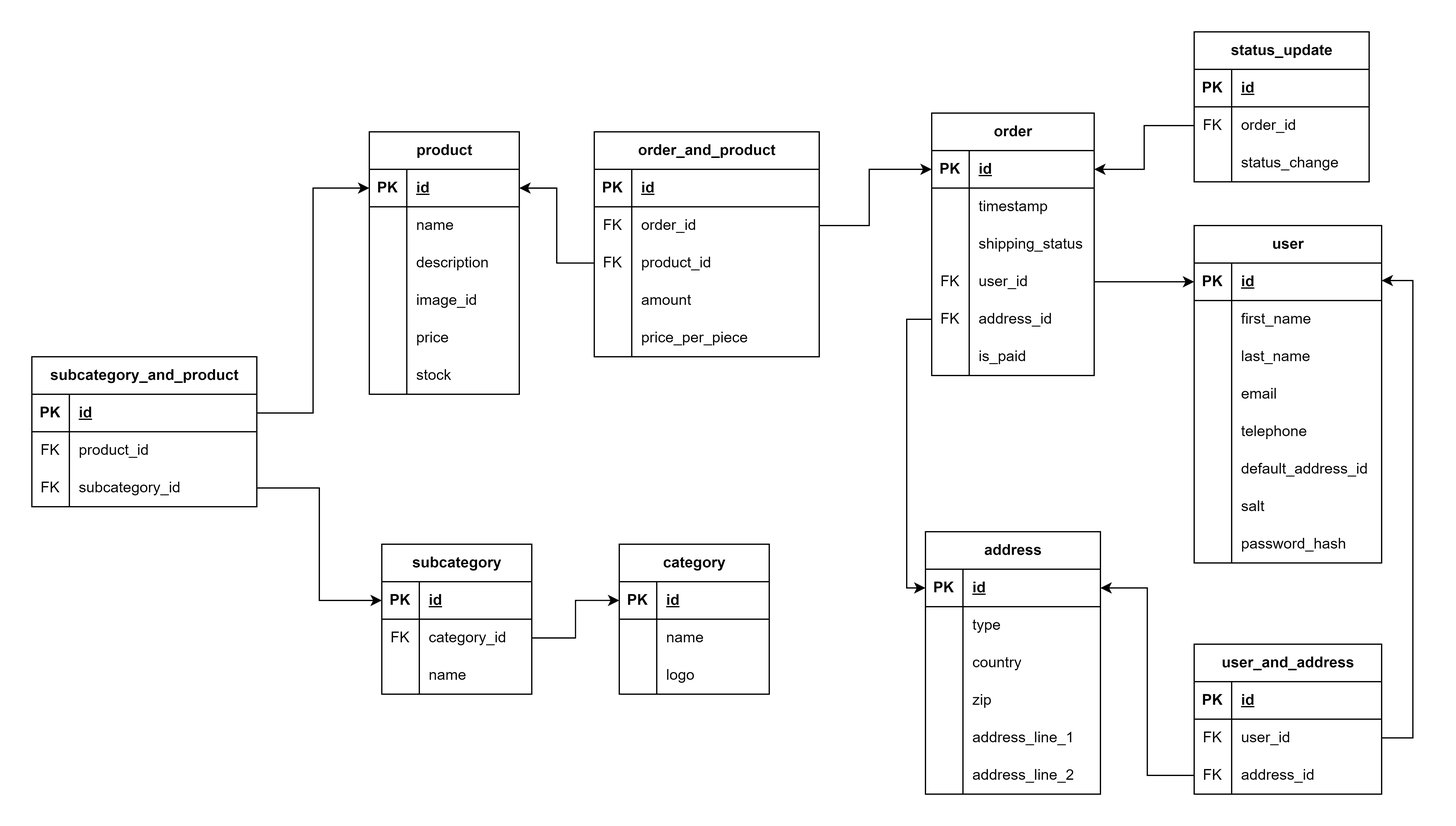
The draw.io diagram Documentation/Ecommerce ER.png in shekelboi/EcommerceDatabase, before a commit. Source tidied: cells renumbered, new cells last; positions are measured from the earlier drawing's top-left corner, leaving out a move shared by most shapes.
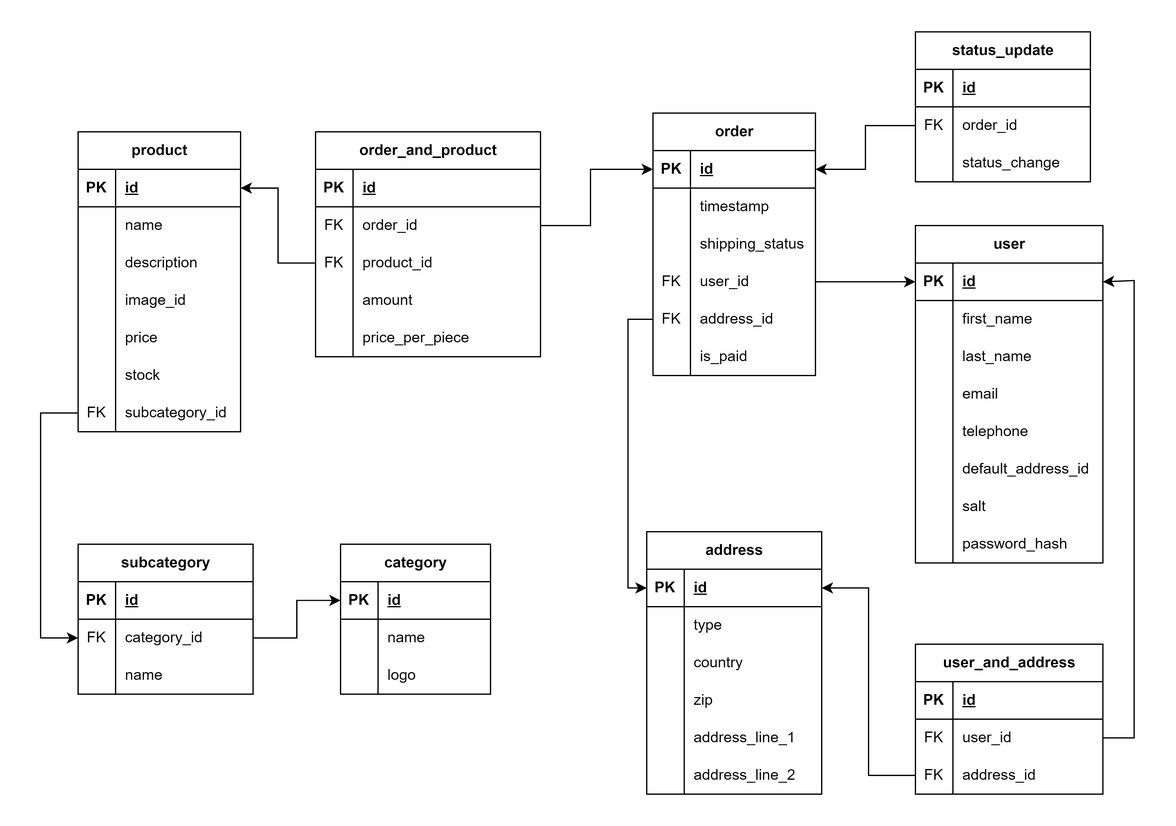
The same file after the commit.

Commit message:
Elminated the need for subcategory_and_product table

The edit, as a diff of the source:
```diff
@@ -3,34 +3,34 @@
     <mxCell id="0" />
     <mxCell id="1" parent="0" />
     <mxCell id="2" value="subcategory" style="shape=table;startSize=30;rowLines=0;fontStyle=1;align=center;html=1;" parent="1" vertex="1">
-      <mxGeometry x="280" y="410" width="120" height="120" as="geometry" />
+      <mxGeometry x="260" y="410" width="140" height="120" as="geometry" />
     </mxCell>
     <mxCell id="3" style="shape=tableRow;horizontal=0;startSize=0;swimlaneHead=0;swimlaneBody=0;fillColor=none;points=[[0,0.5],[1,0.5]];portConstraint=eastwest;top=0;left=0;right=0;bottom=1;" parent="2" vertex="1">
-      <mxGeometry y="30" width="120" height="30" as="geometry" />
+      <mxGeometry y="30" width="140" height="30" as="geometry" />
     </mxCell>
     <mxCell id="4" value="PK" style="shape=partialRectangle;fillColor=none;top=0;left=0;bottom=0;right=0;fontStyle=1;overflow=hidden;whiteSpace=wrap;html=1;" parent="3" vertex="1">
       <mxGeometry width="30" height="30" as="geometry" />
     </mxCell>
     <mxCell id="5" value="id" style="shape=partialRectangle;fillColor=none;top=0;left=0;bottom=0;right=0;align=left;spacingLeft=6;fontStyle=5;overflow=hidden;whiteSpace=wrap;html=1;" parent="3" vertex="1">
-      <mxGeometry x="30" width="90" height="30" as="geometry" />
+      <mxGeometry x="30" width="110" height="30" as="geometry" />
     </mxCell>
     <mxCell id="6" style="shape=tableRow;horizontal=0;startSize=0;swimlaneHead=0;swimlaneBody=0;fillColor=none;points=[[0,0.5],[1,0.5]];portConstraint=eastwest;top=0;left=0;right=0;bottom=0;" parent="2" vertex="1">
-      <mxGeometry y="60" width="120" height="30" as="geometry" />
+      <mxGeometry y="60" width="140" height="30" as="geometry" />
     </mxCell>
     <mxCell id="7" value="FK" style="shape=partialRectangle;fillColor=none;top=0;left=0;bottom=0;right=0;overflow=hidden;whiteSpace=wrap;html=1;" parent="6" vertex="1">
       <mxGeometry width="30" height="30" as="geometry" />
     </mxCell>
     <mxCell id="8" value="category_id" style="shape=partialRectangle;fillColor=none;top=0;left=0;bottom=0;right=0;align=left;spacingLeft=6;overflow=hidden;whiteSpace=wrap;html=1;" parent="6" vertex="1">
-      <mxGeometry x="30" width="90" height="30" as="geometry" />
+      <mxGeometry x="30" width="110" height="30" as="geometry" />
     </mxCell>
     <mxCell id="9" style="shape=tableRow;horizontal=0;startSize=0;swimlaneHead=0;swimlaneBody=0;fillColor=none;top=0;left=0;right=0;bottom=0;" parent="2" vertex="1">
-      <mxGeometry y="90" width="120" height="30" as="geometry" />
+      <mxGeometry y="90" width="140" height="30" as="geometry" />
     </mxCell>
     <mxCell id="10" style="shape=partialRectangle;fillColor=none;top=0;left=0;bottom=0;right=0;overflow=hidden;whiteSpace=wrap;html=1;" parent="9" vertex="1">
       <mxGeometry width="30" height="30" as="geometry" />
     </mxCell>
     <mxCell id="11" value="name" style="shape=partialRectangle;fillColor=none;top=0;left=0;bottom=0;right=0;align=left;spacingLeft=6;overflow=hidden;whiteSpace=wrap;html=1;" parent="9" vertex="1">
-      <mxGeometry x="30" width="90" height="30" as="geometry" />
+      <mxGeometry x="30" width="110" height="30" as="geometry" />
     </mxCell>
     <mxCell id="12" value="category" style="shape=table;startSize=30;rowLines=0;fontStyle=1;align=center;html=1;" parent="1" vertex="1">
       <mxGeometry x="470" y="410" width="120" height="120" as="geometry" />
@@ -65,99 +65,72 @@
     <mxCell id="22" style="edgeStyle=orthogonalEdgeStyle;rounded=0;jettySize=auto;html=1;entryX=0;entryY=0.5;entryDx=0;entryDy=0;" parent="1" edge="1" source="6" target="13">
       <mxGeometry relative="1" as="geometry" />
     </mxCell>
-    <mxCell id="23" value="subcategory_and_product" style="shape=table;startSize=30;rowLines=0;fontStyle=1;align=center;html=1;" parent="1" vertex="1">
-      <mxGeometry y="260" width="180" height="120" as="geometry" />
-    </mxCell>
-    <mxCell id="24" style="shape=tableRow;horizontal=0;startSize=0;swimlaneHead=0;swimlaneBody=0;fillColor=none;points=[[0,0.5],[1,0.5]];portConstraint=eastwest;top=0;left=0;right=0;bottom=1;" parent="23" vertex="1">
-      <mxGeometry y="30" width="180" height="30" as="geometry" />
-    </mxCell>
-    <mxCell id="25" value="PK" style="shape=partialRectangle;fillColor=none;top=0;left=0;bottom=0;right=0;fontStyle=1;overflow=hidden;whiteSpace=wrap;html=1;" parent="24" vertex="1">
-      <mxGeometry width="30" height="30" as="geometry" />
-    </mxCell>
-    <mxCell id="26" value="id" style="shape=partialRectangle;fillColor=none;top=0;left=0;bottom=0;right=0;align=left;spacingLeft=6;fontStyle=5;overflow=hidden;whiteSpace=wrap;html=1;" parent="24" vertex="1">
-      <mxGeometry x="30" width="150" height="30" as="geometry" />
-    </mxCell>
-    <mxCell id="27" style="shape=tableRow;horizontal=0;startSize=0;swimlaneHead=0;swimlaneBody=0;fillColor=none;top=0;left=0;right=0;bottom=0;" parent="23" vertex="1">
-      <mxGeometry y="60" width="180" height="30" as="geometry" />
-    </mxCell>
-    <mxCell id="28" value="FK" style="shape=partialRectangle;fillColor=none;top=0;left=0;bottom=0;right=0;overflow=hidden;whiteSpace=wrap;html=1;" parent="27" vertex="1">
-      <mxGeometry width="30" height="30" as="geometry" />
-    </mxCell>
-    <mxCell id="29" value="product_id" style="shape=partialRectangle;fillColor=none;top=0;left=0;bottom=0;right=0;align=left;spacingLeft=6;overflow=hidden;whiteSpace=wrap;html=1;" parent="27" vertex="1">
-      <mxGeometry x="30" width="150" height="30" as="geometry" />
-    </mxCell>
-    <mxCell id="30" style="shape=tableRow;horizontal=0;startSize=0;swimlaneHead=0;swimlaneBody=0;fillColor=none;points=[[0,0.5],[1,0.5]];portConstraint=eastwest;top=0;left=0;right=0;bottom=0;" parent="23" vertex="1">
-      <mxGeometry y="90" width="180" height="30" as="geometry" />
-    </mxCell>
-    <mxCell id="31" value="FK" style="shape=partialRectangle;fillColor=none;top=0;left=0;bottom=0;right=0;overflow=hidden;whiteSpace=wrap;html=1;" parent="30" vertex="1">
-      <mxGeometry width="30" height="30" as="geometry" />
-    </mxCell>
-    <mxCell id="32" value="subcategory_id" style="shape=partialRectangle;fillColor=none;top=0;left=0;bottom=0;right=0;align=left;spacingLeft=6;overflow=hidden;whiteSpace=wrap;html=1;" parent="30" vertex="1">
-      <mxGeometry x="30" width="150" height="30" as="geometry" />
-    </mxCell>
     <mxCell id="33" value="product" style="shape=table;startSize=30;rowLines=0;fontStyle=1;align=center;html=1;" parent="1" vertex="1">
-      <mxGeometry x="270" y="80" width="120" height="210" as="geometry" />
+      <mxGeometry x="260" y="80" width="130" height="240" as="geometry" />
     </mxCell>
     <mxCell id="34" style="shape=tableRow;horizontal=0;startSize=0;swimlaneHead=0;swimlaneBody=0;fillColor=none;points=[[0,0.5],[1,0.5]];portConstraint=eastwest;top=0;left=0;right=0;bottom=1;" parent="33" vertex="1">
-      <mxGeometry y="30" width="120" height="30" as="geometry" />
+      <mxGeometry y="30" width="130" height="30" as="geometry" />
     </mxCell>
     <mxCell id="35" value="PK" style="shape=partialRectangle;fillColor=none;top=0;left=0;bottom=0;right=0;fontStyle=1;overflow=hidden;whiteSpace=wrap;html=1;" parent="34" vertex="1">
       <mxGeometry width="30" height="30" as="geometry" />
     </mxCell>
     <mxCell id="36" value="id" style="shape=partialRectangle;fillColor=none;top=0;left=0;bottom=0;right=0;align=left;spacingLeft=6;fontStyle=5;overflow=hidden;whiteSpace=wrap;html=1;" parent="34" vertex="1">
-      <mxGeometry x="30" width="90" height="30" as="geometry" />
+      <mxGeometry x="30" width="100" height="30" as="geometry" />
     </mxCell>
     <mxCell id="37" style="shape=tableRow;horizontal=0;startSize=0;swimlaneHead=0;swimlaneBody=0;fillColor=none;top=0;left=0;right=0;bottom=0;" parent="33" vertex="1">
-      <mxGeometry y="60" width="120" height="30" as="geometry" />
+      <mxGeometry y="60" width="130" height="30" as="geometry" />
     </mxCell>
     <mxCell id="38" style="shape=partialRectangle;fillColor=none;top=0;left=0;bottom=0;right=0;overflow=hidden;whiteSpace=wrap;html=1;" parent="37" vertex="1">
       <mxGeometry width="30" height="30" as="geometry" />
     </mxCell>
     <mxCell id="39" value="name" style="shape=partialRectangle;fillColor=none;top=0;left=0;bottom=0;right=0;align=left;spacingLeft=6;overflow=hidden;whiteSpace=wrap;html=1;" parent="37" vertex="1">
-      <mxGeometry x="30" width="90" height="30" as="geometry" />
+      <mxGeometry x="30" width="100" height="30" as="geometry" />
     </mxCell>
     <mxCell id="40" style="shape=tableRow;horizontal=0;startSize=0;swimlaneHead=0;swimlaneBody=0;fillColor=none;top=0;left=0;right=0;bottom=0;" parent="33" vertex="1">
-      <mxGeometry y="90" width="120" height="30" as="geometry" />
+      <mxGeometry y="90" width="130" height="30" as="geometry" />
     </mxCell>
     <mxCell id="41" style="shape=partialRectangle;fillColor=none;top=0;left=0;bottom=0;right=0;overflow=hidden;whiteSpace=wrap;html=1;" parent="40" vertex="1">
       <mxGeometry width="30" height="30" as="geometry" />
     </mxCell>
     <mxCell id="42" value="description" style="shape=partialRectangle;fillColor=none;top=0;left=0;bottom=0;right=0;align=left;spacingLeft=6;overflow=hidden;whiteSpace=wrap;html=1;" parent="40" vertex="1">
-      <mxGeometry x="30" width="90" height="30" as="geometry" />
+      <mxGeometry x="30" width="100" height="30" as="geometry" />
     </mxCell>
     <mxCell id="43" style="shape=tableRow;horizontal=0;startSize=0;swimlaneHead=0;swimlaneBody=0;fillColor=none;top=0;left=0;right=0;bottom=0;" parent="33" vertex="1">
-      <mxGeometry y="120" width="120" height="30" as="geometry" />
+      <mxGeometry y="120" width="130" height="30" as="geometry" />
     </mxCell>
     <mxCell id="44" style="shape=partialRectangle;fillColor=none;top=0;left=0;bottom=0;right=0;overflow=hidden;whiteSpace=wrap;html=1;" parent="43" vertex="1">
       <mxGeometry width="30" height="30" as="geometry" />
     </mxCell>
     <mxCell id="45" value="image_id" style="shape=partialRectangle;fillColor=none;top=0;left=0;bottom=0;right=0;align=left;spacingLeft=6;overflow=hidden;whiteSpace=wrap;html=1;" parent="43" vertex="1">
-      <mxGeometry x="30" width="90" height="30" as="geometry" />
+      <mxGeometry x="30" width="100" height="30" as="geometry" />
     </mxCell>
     <mxCell id="46" style="shape=tableRow;horizontal=0;startSize=0;swimlaneHead=0;swimlaneBody=0;fillColor=none;top=0;left=0;right=0;bottom=0;" parent="33" vertex="1">
-      <mxGeometry y="150" width="120" height="30" as="geometry" />
+      <mxGeometry y="150" width="130" height="30" as="geometry" />
     </mxCell>
     <mxCell id="47" style="shape=partialRectangle;fillColor=none;top=0;left=0;bottom=0;right=0;overflow=hidden;whiteSpace=wrap;html=1;" parent="46" vertex="1">
       <mxGeometry width="30" height="30" as="geometry" />
     </mxCell>
     <mxCell id="48" value="price" style="shape=partialRectangle;fillColor=none;top=0;left=0;bottom=0;right=0;align=left;spacingLeft=6;overflow=hidden;whiteSpace=wrap;html=1;" parent="46" vertex="1">
-      <mxGeometry x="30" width="90" height="30" as="geometry" />
+      <mxGeometry x="30" width="100" height="30" as="geometry" />
     </mxCell>
     <mxCell id="49" style="shape=tableRow;horizontal=0;startSize=0;swimlaneHead=0;swimlaneBody=0;fillColor=none;top=0;left=0;right=0;bottom=0;" parent="33" vertex="1">
-      <mxGeometry y="180" width="120" height="30" as="geometry" />
+      <mxGeometry y="180" width="130" height="30" as="geometry" />
     </mxCell>
     <mxCell id="50" style="shape=partialRectangle;fillColor=none;top=0;left=0;bottom=0;right=0;overflow=hidden;whiteSpace=wrap;html=1;" parent="49" vertex="1">
       <mxGeometry width="30" height="30" as="geometry" />
     </mxCell>
     <mxCell id="51" value="stock" style="shape=partialRectangle;fillColor=none;top=0;left=0;bottom=0;right=0;align=left;spacingLeft=6;overflow=hidden;whiteSpace=wrap;html=1;" parent="49" vertex="1">
-      <mxGeometry x="30" width="90" height="30" as="geometry" />
+      <mxGeometry x="30" width="100" height="30" as="geometry" />
     </mxCell>
-    <mxCell id="52" style="edgeStyle=orthogonalEdgeStyle;rounded=0;jettySize=auto;html=1;" parent="1" edge="1" source="30" target="3">
-      <mxGeometry relative="1" as="geometry" />
-    </mxCell>
-    <mxCell id="53" style="edgeStyle=orthogonalEdgeStyle;rounded=0;jettySize=auto;html=1;" parent="1" edge="1" source="24" target="34">
-      <mxGeometry relative="1" as="geometry" />
-    </mxCell>
+    <mxCell id="160" style="shape=tableRow;horizontal=0;startSize=0;swimlaneHead=0;swimlaneBody=0;fillColor=none;points=[[0,0.5],[1,0.5]];portConstraint=eastwest;top=0;left=0;right=0;bottom=0;" parent="33" vertex="1">
+      <mxGeometry y="210" width="130" height="30" as="geometry" />
+    </mxCell>
+    <mxCell id="161" value="FK" style="shape=partialRectangle;fillColor=none;top=0;left=0;bottom=0;right=0;overflow=hidden;whiteSpace=wrap;html=1;" parent="160" vertex="1">
+      <mxGeometry width="30" height="30" as="geometry" />
+    </mxCell>
+    <mxCell id="32" value="subcategory_id" style="shape=partialRectangle;fillColor=none;top=0;left=0;bottom=0;right=0;align=left;spacingLeft=6;overflow=hidden;whiteSpace=wrap;html=1;" parent="160" vertex="1">
+      <mxGeometry x="30" width="100" height="30" as="geometry" />
+    </mxCell>
     <mxCell id="54" value="order" style="shape=table;startSize=30;rowLines=0;fontStyle=1;align=center;html=1;" parent="1" vertex="1">
       <mxGeometry x="720" y="65" width="130" height="210" as="geometry" />
     </mxCell>
@@ -486,5 +459,13 @@
         </Array>
       </mxGeometry>
     </mxCell>
+    <mxCell id="162" style="edgeStyle=orthogonalEdgeStyle;rounded=0;jettySize=auto;html=1;entryX=0;entryY=0.5;entryDx=0;entryDy=0;" parent="1" edge="1" source="160" target="6">
+      <mxGeometry relative="1" as="geometry">
+        <Array as="points">
+          <mxPoint x="230" y="305" />
+          <mxPoint x="230" y="485" />
+        </Array>
+      </mxGeometry>
+    </mxCell>
   </root>
 </mxGraphModel>
```
